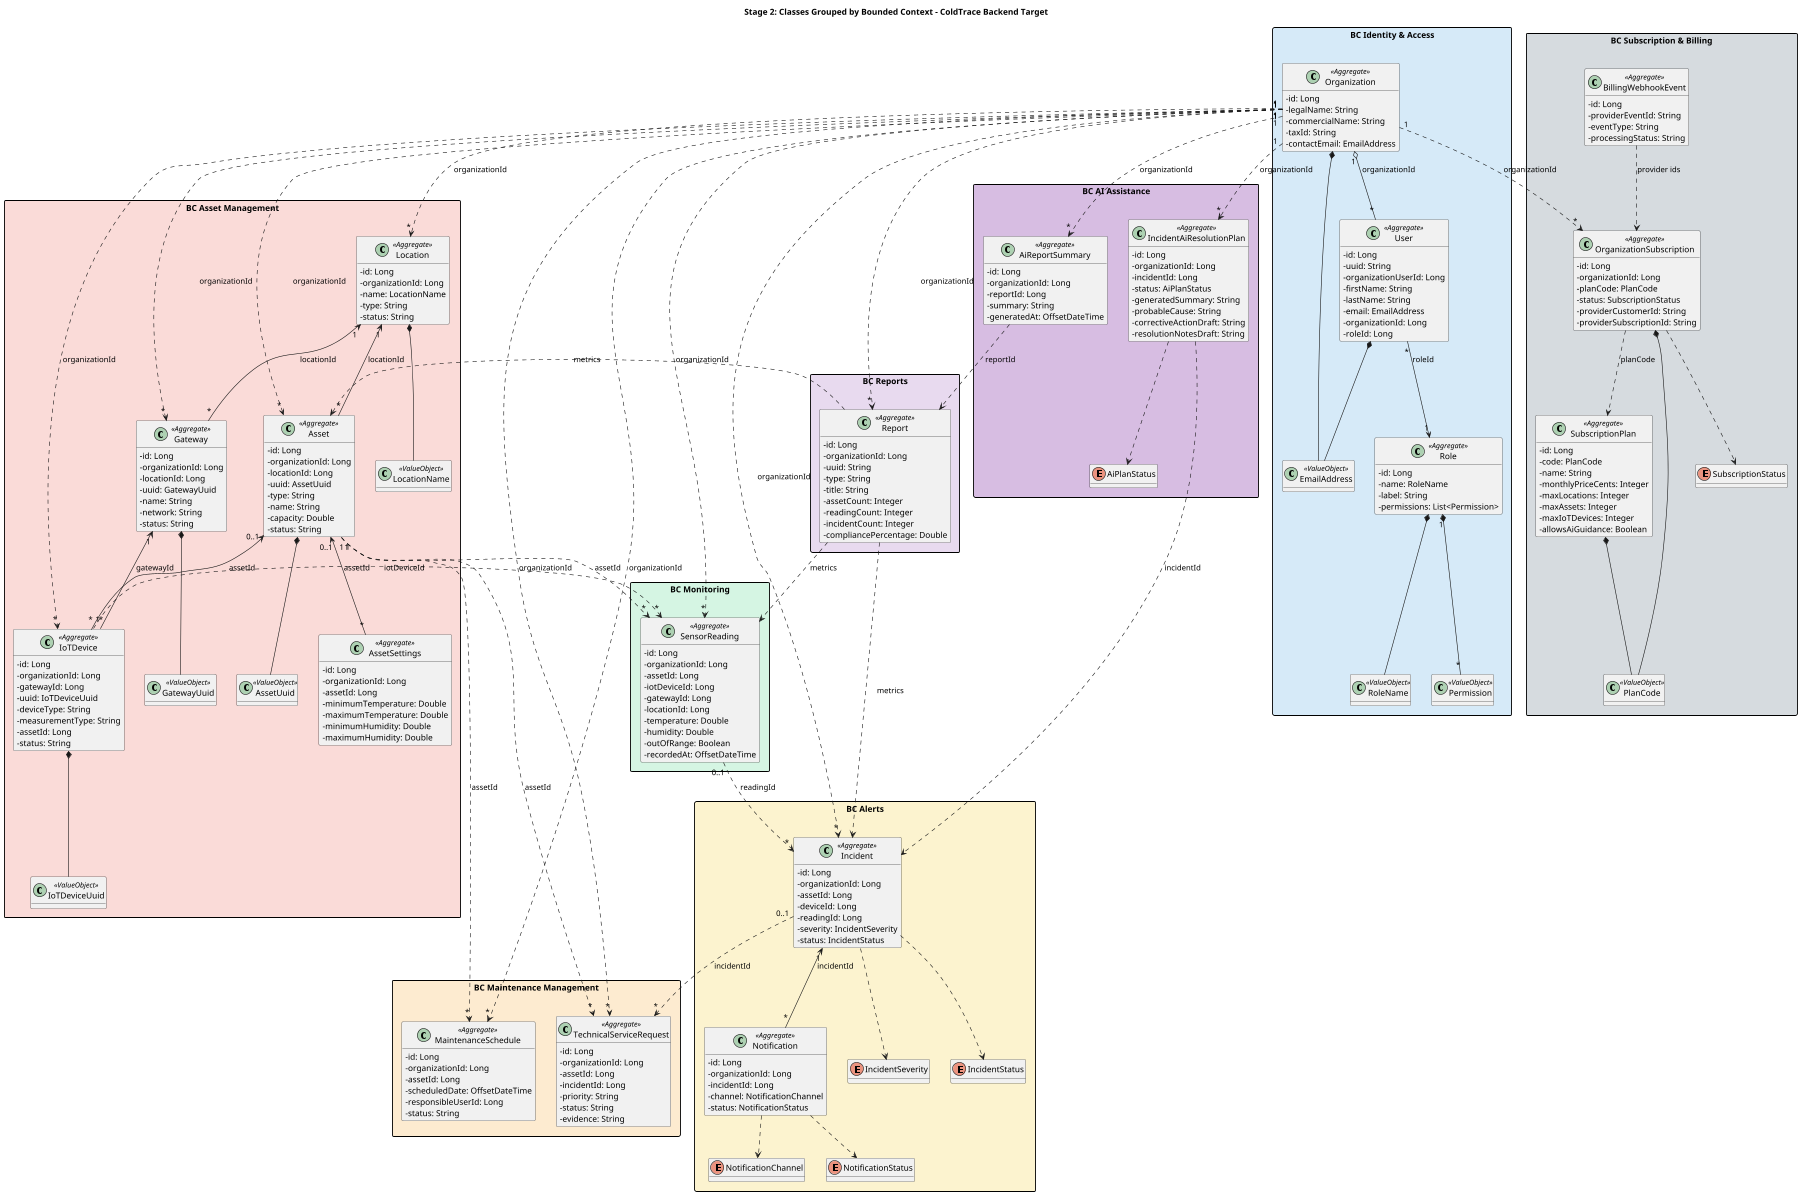
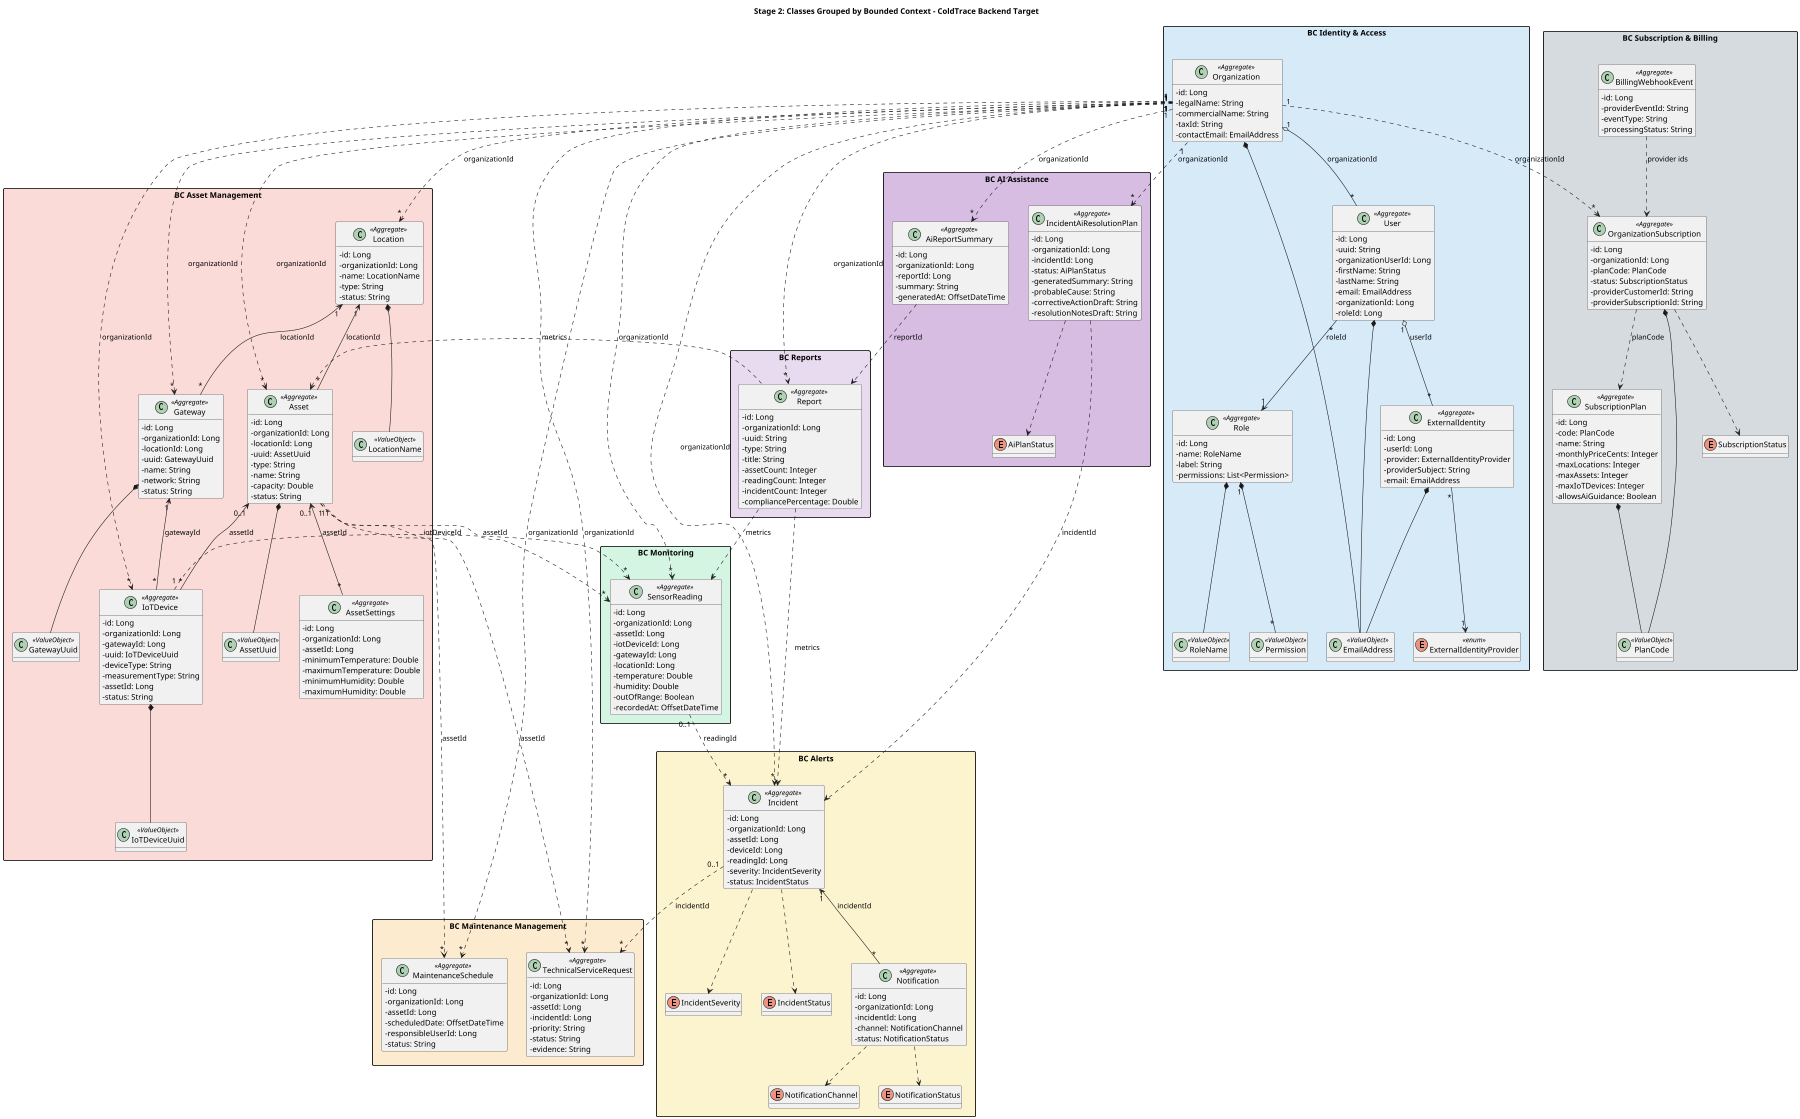
@startuml

title Stage 2: Classes Grouped by Bounded Context - ColdTrace Backend Target

scale 1800 width
skinparam classAttributeIconSize 0
skinparam nodesep 35
skinparam ranksep 40
skinparam packageStyle rectangle
skinparam shadowing false
hide methods

package "BC Identity & Access" #D6EAF8 {

  class Organization <<Aggregate>> {
    - id: Long
    - legalName: String
    - commercialName: String
    - taxId: String
    - contactEmail: EmailAddress
  }

  class User <<Aggregate>> {
    - id: Long
    - uuid: String
    - organizationUserId: Long
    - firstName: String
    - lastName: String
    - email: EmailAddress
    - organizationId: Long
    - roleId: Long
  }

+   class ExternalIdentity <<Aggregate>> {
+     - id: Long
+     - userId: Long
+     - provider: ExternalIdentityProvider
+     - providerSubject: String
+     - email: EmailAddress
+   }
+ 
  class Role <<Aggregate>> {
    - id: Long
    - name: RoleName
    - label: String
    - permissions: List<Permission>
  }

  class EmailAddress <<ValueObject>>
  class RoleName <<ValueObject>>
+   enum ExternalIdentityProvider <<enum>>
  class Permission <<ValueObject>>

  Organization "1" o-- "*" User : organizationId
  User "*" --> "1" Role : roleId
+   User "1" o-- "*" ExternalIdentity : userId
+   ExternalIdentity "*" --> "1" ExternalIdentityProvider
  Role "1" *-- "*" Permission
  Organization *-- EmailAddress
  User *-- EmailAddress
+   ExternalIdentity *-- EmailAddress
  Role *-- RoleName
}

package "BC Asset Management" #FADBD8 {
  class Location <<Aggregate>> {
    - id: Long
    - organizationId: Long
    - name: LocationName
    - type: String
    - status: String
  }

  class Asset <<Aggregate>> {
    - id: Long
    - organizationId: Long
    - locationId: Long
    - uuid: AssetUuid
    - type: String
    - name: String
    - capacity: Double
    - status: String
  }

  class Gateway <<Aggregate>> {
    - id: Long
    - organizationId: Long
    - locationId: Long
    - uuid: GatewayUuid
    - name: String
    - network: String
    - status: String
  }

  class IoTDevice <<Aggregate>> {
    - id: Long
    - organizationId: Long
    - gatewayId: Long
    - uuid: IoTDeviceUuid
    - deviceType: String
    - measurementType: String
    - assetId: Long
    - status: String
  }

  class AssetSettings <<Aggregate>> {
    - id: Long
    - organizationId: Long
    - assetId: Long
    - minimumTemperature: Double
    - maximumTemperature: Double
    - minimumHumidity: Double
    - maximumHumidity: Double
  }

  class LocationName <<ValueObject>>
  class AssetUuid <<ValueObject>>
  class GatewayUuid <<ValueObject>>
  class IoTDeviceUuid <<ValueObject>>

  Location "1" <-- "*" Asset : locationId
  Location "1" <-- "*" Gateway : locationId
  Gateway "1" <-- "*" IoTDevice : gatewayId
  Asset "0..1" <-- "*" IoTDevice : assetId
  Asset "0..1" <-- "*" AssetSettings : assetId
  Location *-- LocationName
  Asset *-- AssetUuid
  Gateway *-- GatewayUuid
  IoTDevice *-- IoTDeviceUuid
}

package "BC Monitoring" #D5F5E3 {
  class SensorReading <<Aggregate>> {
    - id: Long
    - organizationId: Long
    - assetId: Long
    - iotDeviceId: Long
    - gatewayId: Long
    - locationId: Long
    - temperature: Double
    - humidity: Double
    - outOfRange: Boolean
    - recordedAt: OffsetDateTime
  }
}

package "BC Alerts" #FCF3CF {
  class Incident <<Aggregate>> {
    - id: Long
    - organizationId: Long
    - assetId: Long
    - deviceId: Long
    - readingId: Long
    - severity: IncidentSeverity
    - status: IncidentStatus
  }

  class Notification <<Aggregate>> {
    - id: Long
    - organizationId: Long
    - incidentId: Long
    - channel: NotificationChannel
    - status: NotificationStatus
  }

  enum IncidentSeverity
  enum IncidentStatus
  enum NotificationChannel
  enum NotificationStatus

  Incident "1" <-- "*" Notification : incidentId
  Incident ..> IncidentSeverity
  Incident ..> IncidentStatus
  Notification ..> NotificationChannel
  Notification ..> NotificationStatus
}

package "BC Maintenance Management" #FDEBD0 {
  class MaintenanceSchedule <<Aggregate>> {
    - id: Long
    - organizationId: Long
    - assetId: Long
    - scheduledDate: OffsetDateTime
    - responsibleUserId: Long
    - status: String
  }

  class TechnicalServiceRequest <<Aggregate>> {
    - id: Long
    - organizationId: Long
    - assetId: Long
    - incidentId: Long
    - priority: String
    - status: String
    - evidence: String
  }
}

package "BC Reports" #E8DAEF {
  class Report <<Aggregate>> {
    - id: Long
    - organizationId: Long
    - uuid: String
    - type: String
    - title: String
    - assetCount: Integer
    - readingCount: Integer
    - incidentCount: Integer
    - compliancePercentage: Double
  }
}

package "BC AI Assistance" #D7BDE2 {
  class IncidentAiResolutionPlan <<Aggregate>> {
    - id: Long
    - organizationId: Long
    - incidentId: Long
    - status: AiPlanStatus
    - generatedSummary: String
    - probableCause: String
    - correctiveActionDraft: String
    - resolutionNotesDraft: String
  }

  class AiReportSummary <<Aggregate>> {
    - id: Long
    - organizationId: Long
    - reportId: Long
    - summary: String
    - generatedAt: OffsetDateTime
  }

  enum AiPlanStatus
  IncidentAiResolutionPlan ..> AiPlanStatus
}

package "BC Subscription & Billing" #D6DBDF {
  class SubscriptionPlan <<Aggregate>> {
    - id: Long
    - code: PlanCode
    - name: String
    - monthlyPriceCents: Integer
    - maxLocations: Integer
    - maxAssets: Integer
    - maxIoTDevices: Integer
    - allowsAiGuidance: Boolean
  }

  class OrganizationSubscription <<Aggregate>> {
    - id: Long
    - organizationId: Long
    - planCode: PlanCode
    - status: SubscriptionStatus
    - providerCustomerId: String
    - providerSubscriptionId: String
  }

  class BillingWebhookEvent <<Aggregate>> {
    - id: Long
    - providerEventId: String
    - eventType: String
    - processingStatus: String
  }

  class PlanCode <<ValueObject>>
  enum SubscriptionStatus
  SubscriptionPlan *-- PlanCode
  OrganizationSubscription *-- PlanCode
  OrganizationSubscription ..> SubscriptionStatus
}

Organization "1" ..> "*" Location : organizationId
Organization "1" ..> "*" Asset : organizationId
Organization "1" ..> "*" Gateway : organizationId
Organization "1" ..> "*" IoTDevice : organizationId
Organization "1" ..> "*" SensorReading : organizationId
Organization "1" ..> "*" Incident : organizationId
Organization "1" ..> "*" MaintenanceSchedule : organizationId
Organization "1" ..> "*" TechnicalServiceRequest : organizationId
Organization "1" ..> "*" Report : organizationId
Organization "1" ..> "*" IncidentAiResolutionPlan : organizationId
Organization "1" ..> "*" AiReportSummary : organizationId
Organization "1" ..> "*" OrganizationSubscription : organizationId

Asset "1" ..> "*" SensorReading : assetId
IoTDevice "1" ..> "*" SensorReading : iotDeviceId
SensorReading "0..1" ..> "*" Incident : readingId
Incident "0..1" ..> "*" TechnicalServiceRequest : incidentId
Asset "1" ..> "*" MaintenanceSchedule : assetId
Asset "1" ..> "*" TechnicalServiceRequest : assetId
Report ..> SensorReading : metrics
Report ..> Incident : metrics
Report ..> Asset : metrics
IncidentAiResolutionPlan ..> Incident : incidentId
AiReportSummary ..> Report : reportId
OrganizationSubscription ..> SubscriptionPlan : planCode
BillingWebhookEvent ..> OrganizationSubscription : provider ids

@enduml
